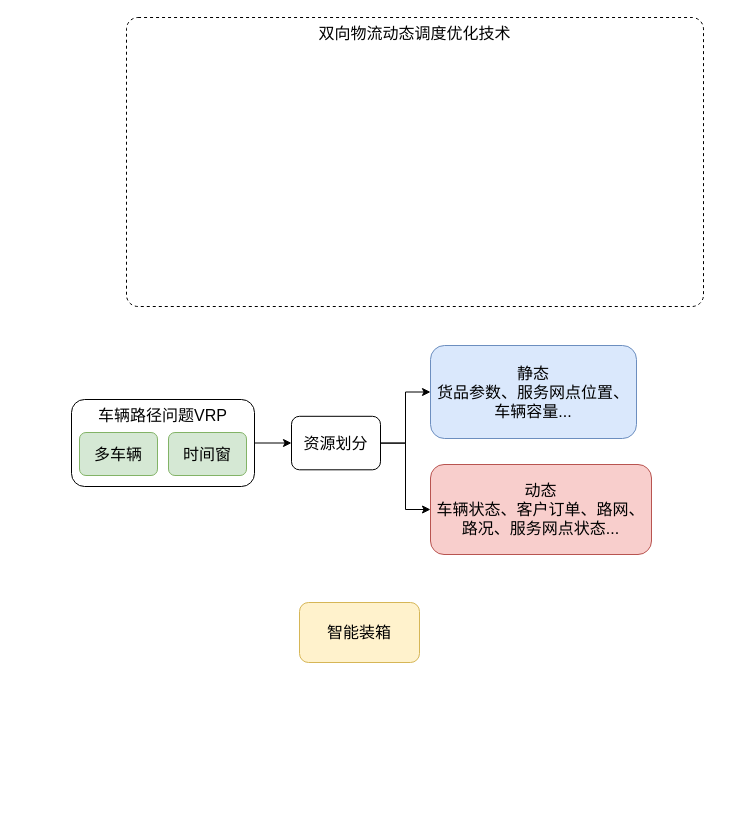
Above: 工作架构.drawio in lilingkang/drawio-files (draw.io), before the change. Source tidied: cells renumbered, new cells numbered last; positions are measured from the earlier drawing's top-left corner, leaving out a move shared by most shapes. Both pictures are drawn from the tidied source at 100%, with x=0, y=0 at pixel (67, 17).
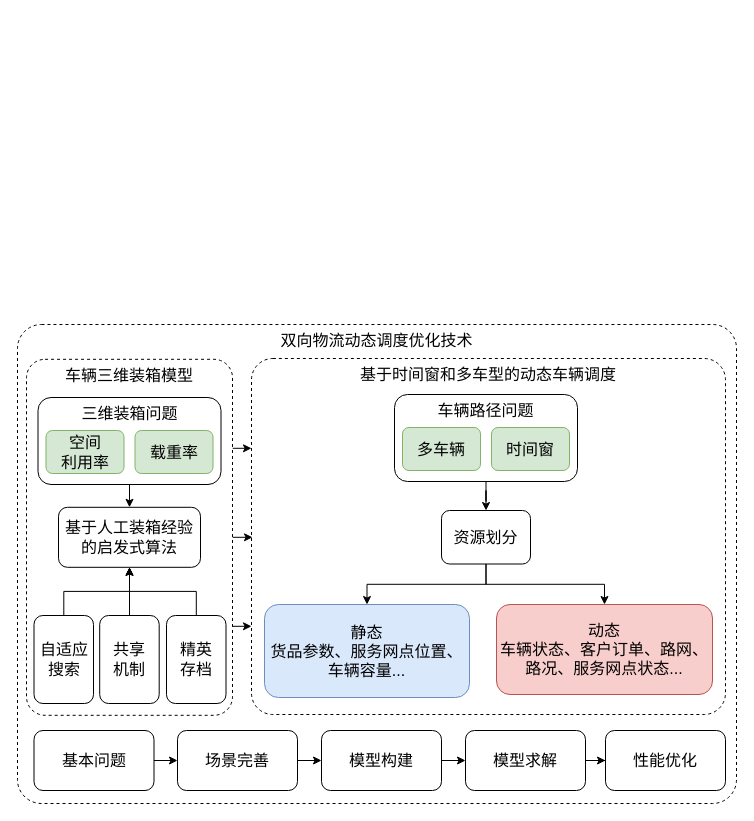
Above is the later version.

Commit message:
更新工作架构.drawio

Change to the diagram source:
```diff
@@
-    <mxCell id="2" value="双向物流动态调度优化技术" style="rounded=1;whiteSpace=wrap;html=1;fontSize=16;verticalAlign=top;arcSize=4;dashed=1;" parent="1" vertex="1">
-      <mxGeometry x="59" width="577" height="289" as="geometry" />
+    <mxCell id="2" value="双向物流动态调度优化技术" style="rounded=1;whiteSpace=wrap;html=1;labelBackgroundColor=none;fontSize=16;dashed=1;arcSize=5;verticalAlign=top;" parent="1" vertex="1">
+      <mxGeometry x="-50" y="307" width="719" height="479" as="geometry" />
     </mxCell>
+    <mxCell id="15" value="&lt;font style=&quot;font-size: 16px;&quot;&gt;基于时间窗和多车型的动态车辆调度&lt;/font&gt;" style="rounded=1;whiteSpace=wrap;html=1;dashed=1;arcSize=6;verticalAlign=top;" parent="1" vertex="1">
+      <mxGeometry x="184" y="341" width="474" height="356" as="geometry" />
+    </mxCell>
+    <mxCell id="16" style="edgeStyle=orthogonalEdgeStyle;rounded=0;jettySize=auto;html=1;fontSize=16;" parent="1" edge="1" source="3" target="15">
+      <mxGeometry relative="1" as="geometry" />
+    </mxCell>
+    <mxCell id="17" style="edgeStyle=orthogonalEdgeStyle;rounded=0;jettySize=auto;html=1;exitX=1;exitY=0.25;exitDx=0;exitDy=0;entryX=0;entryY=0.25;entryDx=0;entryDy=0;fontSize=16;" parent="1" edge="1" source="3" target="15">
+      <mxGeometry relative="1" as="geometry" />
+    </mxCell>
+    <mxCell id="18" style="edgeStyle=orthogonalEdgeStyle;rounded=0;jettySize=auto;html=1;exitX=1;exitY=0.75;exitDx=0;exitDy=0;entryX=0;entryY=0.75;entryDx=0;entryDy=0;fontSize=16;" parent="1" edge="1" source="3" target="15">
+      <mxGeometry relative="1" as="geometry" />
+    </mxCell>
-    <mxCell id="3" value="智能装箱" style="rounded=1;whiteSpace=wrap;html=1;fontSize=16;fillColor=#fff2cc;strokeColor=#d6b656;" parent="1" vertex="1">
-      <mxGeometry x="232" y="585" width="120" height="60" as="geometry" />
+    <mxCell id="3" value="车辆三维装箱模型" style="rounded=1;whiteSpace=wrap;html=1;fontSize=16;verticalAlign=top;dashed=1;arcSize=9;" parent="1" vertex="1">
+      <mxGeometry x="-41" y="341.8" width="206" height="356" as="geometry" />
     </mxCell>
-    <mxCell id="4" style="group;" parent="1" vertex="1">
-      <mxGeometry y="328" width="584" height="209" as="geometry" />
-    </mxCell>
-    <mxCell id="5" style="group;" parent="4" vertex="1">
-      <mxGeometry y="54" width="187" height="87" as="geometry" />
+    <mxCell id="5" style="group;" parent="1" vertex="1">
+      <mxGeometry x="323" y="377" width="187" height="87" as="geometry" />
     </mxCell>
-    <mxCell id="6" value="&lt;font style=&quot;font-size: 16px;&quot;&gt;车辆路径问题VRP&lt;/font&gt;" style="rounded=1;whiteSpace=wrap;html=1;verticalAlign=top;" parent="5" vertex="1">
+    <mxCell id="6" value="&lt;font style=&quot;font-size: 16px;&quot;&gt;车辆路径问题&lt;/font&gt;" style="rounded=1;whiteSpace=wrap;html=1;verticalAlign=top;" parent="5" vertex="1">
       <mxGeometry x="4" width="183" height="87" as="geometry" />
     </mxCell>
@@
-    <mxCell id="9" style="edgeStyle=orthogonalEdgeStyle;rounded=0;jettySize=auto;html=1;exitX=1;exitY=0.5;exitDx=0;exitDy=0;entryX=0;entryY=0.5;entryDx=0;entryDy=0;" parent="4" edge="1" source="6" target="10">
-      <mxGeometry relative="1" as="geometry" />
-    </mxCell>
+    <mxCell id="12" style="edgeStyle=orthogonalEdgeStyle;rounded=0;jettySize=auto;html=1;entryX=0.5;entryY=0;entryDx=0;entryDy=0;" parent="1" edge="1" source="10" target="11">
+      <mxGeometry relative="1" as="geometry" />
+    </mxCell>
+    <mxCell id="14" style="edgeStyle=orthogonalEdgeStyle;rounded=0;jettySize=auto;html=1;" parent="1" edge="1" source="10" target="13">
+      <mxGeometry relative="1" as="geometry" />
+    </mxCell>
-    <mxCell id="10" value="&lt;font style=&quot;font-size: 16px;&quot;&gt;资源划分&lt;/font&gt;" style="rounded=1;whiteSpace=wrap;html=1;verticalAlign=middle;" parent="4" vertex="1">
-      <mxGeometry x="224" y="70.8" width="89" height="53.5" as="geometry" />
+    <mxCell id="10" value="&lt;font style=&quot;font-size: 16px;&quot;&gt;资源划分&lt;/font&gt;" style="rounded=1;whiteSpace=wrap;html=1;verticalAlign=middle;" parent="1" vertex="1">
+      <mxGeometry x="374" y="493" width="89" height="53.5" as="geometry" />
     </mxCell>
-    <mxCell id="11" value="&lt;font style=&quot;font-size: 16px;&quot;&gt;静态&lt;br&gt;&lt;div class=&quot;lake-content&quot;&gt;&lt;span class=&quot;ne-text&quot;&gt;货品参数、服务网点位置、车辆容量...&lt;/span&gt;&lt;/div&gt;&lt;/font&gt;" style="rounded=1;whiteSpace=wrap;html=1;fillColor=#dae8fc;strokeColor=#6c8ebf;" parent="4" vertex="1">
-      <mxGeometry x="363" width="206" height="93" as="geometry" />
+    <mxCell id="11" value="&lt;font style=&quot;font-size: 16px;&quot;&gt;静态&lt;br&gt;&lt;div class=&quot;lake-content&quot;&gt;&lt;span class=&quot;ne-text&quot;&gt;货品参数、服务网点位置、车辆容量...&lt;/span&gt;&lt;/div&gt;&lt;/font&gt;" style="rounded=1;whiteSpace=wrap;html=1;fillColor=#dae8fc;strokeColor=#6c8ebf;" parent="1" vertex="1">
+      <mxGeometry x="197" y="587" width="205" height="93" as="geometry" />
     </mxCell>
-    <mxCell id="12" style="edgeStyle=orthogonalEdgeStyle;rounded=0;jettySize=auto;html=1;entryX=0;entryY=0.5;entryDx=0;entryDy=0;" parent="4" edge="1" source="10" target="11">
-      <mxGeometry relative="1" as="geometry" />
-    </mxCell>
-    <mxCell id="13" value="&lt;font style=&quot;font-size: 16px;&quot;&gt;动态&lt;br&gt;&lt;div class=&quot;lake-content&quot;&gt;&lt;span class=&quot;ne-text&quot;&gt;车辆状态、客户订单、路网、路况、服务网点状态...&lt;/span&gt;&lt;/div&gt;&lt;/font&gt;" style="rounded=1;whiteSpace=wrap;html=1;fillColor=#f8cecc;strokeColor=#b85450;" parent="4" vertex="1">
-      <mxGeometry x="363" y="119" width="221" height="90" as="geometry" />
+    <mxCell id="13" value="&lt;font style=&quot;font-size: 16px;&quot;&gt;动态&lt;br&gt;&lt;div class=&quot;lake-content&quot;&gt;&lt;span class=&quot;ne-text&quot;&gt;车辆状态、客户订单、路网、路况、服务网点状态...&lt;/span&gt;&lt;/div&gt;&lt;/font&gt;" style="rounded=1;whiteSpace=wrap;html=1;fillColor=#f8cecc;strokeColor=#b85450;" parent="1" vertex="1">
+      <mxGeometry x="429" y="587" width="216" height="90" as="geometry" />
     </mxCell>
-    <mxCell id="14" style="edgeStyle=orthogonalEdgeStyle;rounded=0;jettySize=auto;html=1;entryX=0;entryY=0.5;entryDx=0;entryDy=0;" parent="4" edge="1" source="10" target="13">
-      <mxGeometry relative="1" as="geometry" />
-    </mxCell>
+    <mxCell id="9" style="edgeStyle=orthogonalEdgeStyle;rounded=0;jettySize=auto;html=1;entryX=0.5;entryY=0;entryDx=0;entryDy=0;" parent="1" edge="1" source="6" target="10">
+      <mxGeometry relative="1" as="geometry" />
+    </mxCell>
+    <mxCell id="19" style="group;" parent="1" vertex="1">
+      <mxGeometry x="-33.5" y="380" width="187" height="87" as="geometry" />
+    </mxCell>
+    <mxCell id="20" value="&lt;font style=&quot;font-size: 16px;&quot;&gt;三维装箱问题&lt;/font&gt;" style="rounded=1;whiteSpace=wrap;html=1;verticalAlign=top;" parent="19" vertex="1">
+      <mxGeometry x="4" width="183" height="87" as="geometry" />
+    </mxCell>
+    <mxCell id="21" value="&lt;font style=&quot;font-size: 16px;&quot;&gt;载重率&lt;/font&gt;" style="rounded=1;whiteSpace=wrap;html=1;fillColor=#d5e8d4;strokeColor=#82b366;" parent="19" vertex="1">
+      <mxGeometry x="101" y="33" width="78" height="43" as="geometry" />
+    </mxCell>
+    <mxCell id="22" value="&lt;font style=&quot;font-size: 16px;&quot;&gt;空间&lt;br&gt;利用率&lt;/font&gt;" style="rounded=1;whiteSpace=wrap;html=1;fillColor=#d5e8d4;strokeColor=#82b366;" parent="19" vertex="1">
+      <mxGeometry x="12" y="33" width="78" height="43" as="geometry" />
+    </mxCell>
+    <mxCell id="23" value="基于人工装箱经验的启发式算法" style="rounded=1;whiteSpace=wrap;html=1;labelBackgroundColor=none;fontSize=16;" parent="1" vertex="1">
+      <mxGeometry x="-9" y="489.8" width="142" height="60" as="geometry" />
+    </mxCell>
+    <mxCell id="24" style="edgeStyle=orthogonalEdgeStyle;rounded=0;jettySize=auto;html=1;fontSize=16;" parent="1" edge="1" source="20" target="23">
+      <mxGeometry relative="1" as="geometry" />
+    </mxCell>
+    <mxCell id="25" style="edgeStyle=orthogonalEdgeStyle;rounded=0;jettySize=auto;html=1;entryX=0.5;entryY=1;entryDx=0;entryDy=0;fontSize=16;" parent="1" edge="1" source="26" target="23">
+      <mxGeometry relative="1" as="geometry" />
+    </mxCell>
+    <mxCell id="26" value="&lt;font style=&quot;font-size: 16px;&quot;&gt;自适应搜索&lt;/font&gt;" style="rounded=1;whiteSpace=wrap;html=1;verticalAlign=middle;" parent="1" vertex="1">
+      <mxGeometry x="-33.5" y="598" width="59.5" height="88" as="geometry" />
+    </mxCell>
+    <mxCell id="27" style="edgeStyle=orthogonalEdgeStyle;rounded=0;jettySize=auto;html=1;fontSize=16;" parent="1" edge="1" source="28" target="23">
+      <mxGeometry relative="1" as="geometry" />
+    </mxCell>
+    <mxCell id="28" value="&lt;font style=&quot;font-size: 16px;&quot;&gt;共享&lt;br&gt;机制&lt;/font&gt;" style="rounded=1;whiteSpace=wrap;html=1;verticalAlign=middle;" parent="1" vertex="1">
+      <mxGeometry x="32.2" y="598" width="59.5" height="88" as="geometry" />
+    </mxCell>
+    <mxCell id="29" style="edgeStyle=orthogonalEdgeStyle;rounded=0;jettySize=auto;html=1;entryX=0.5;entryY=1;entryDx=0;entryDy=0;fontSize=16;" parent="1" edge="1" source="30" target="23">
+      <mxGeometry relative="1" as="geometry" />
+    </mxCell>
+    <mxCell id="30" value="&lt;span style=&quot;font-size: 16px;&quot;&gt;精英&lt;br&gt;存档&lt;br&gt;&lt;/span&gt;" style="rounded=1;whiteSpace=wrap;html=1;verticalAlign=middle;" parent="1" vertex="1">
+      <mxGeometry x="99" y="598" width="59.5" height="88" as="geometry" />
+    </mxCell>
+    <mxCell id="31" style="edgeStyle=orthogonalEdgeStyle;rounded=0;jettySize=auto;html=1;exitX=1;exitY=0.5;exitDx=0;exitDy=0;fontSize=16;" parent="1" edge="1" source="32" target="34">
+      <mxGeometry relative="1" as="geometry" />
+    </mxCell>
+    <mxCell id="32" value="基本问题" style="rounded=1;whiteSpace=wrap;html=1;labelBackgroundColor=none;fontSize=16;" parent="1" vertex="1">
+      <mxGeometry x="-33.5" y="713" width="120" height="60" as="geometry" />
+    </mxCell>
+    <mxCell id="33" style="edgeStyle=orthogonalEdgeStyle;rounded=0;jettySize=auto;html=1;fontSize=16;" parent="1" edge="1" source="34" target="36">
+      <mxGeometry relative="1" as="geometry" />
+    </mxCell>
+    <mxCell id="34" value="场景完善" style="rounded=1;whiteSpace=wrap;html=1;labelBackgroundColor=none;fontSize=16;" parent="1" vertex="1">
+      <mxGeometry x="110" y="713" width="120" height="60" as="geometry" />
+    </mxCell>
+    <mxCell id="35" style="edgeStyle=orthogonalEdgeStyle;rounded=0;jettySize=auto;html=1;fontSize=16;" parent="1" edge="1" source="36" target="38">
+      <mxGeometry relative="1" as="geometry" />
+    </mxCell>
+    <mxCell id="36" value="模型构建" style="rounded=1;whiteSpace=wrap;html=1;labelBackgroundColor=none;fontSize=16;" parent="1" vertex="1">
+      <mxGeometry x="254" y="713" width="120" height="60" as="geometry" />
+    </mxCell>
+    <mxCell id="37" style="edgeStyle=orthogonalEdgeStyle;rounded=0;jettySize=auto;html=1;fontSize=16;" parent="1" edge="1" source="38" target="39">
+      <mxGeometry relative="1" as="geometry" />
+    </mxCell>
+    <mxCell id="38" value="模型求解" style="rounded=1;whiteSpace=wrap;html=1;labelBackgroundColor=none;fontSize=16;" parent="1" vertex="1">
+      <mxGeometry x="398" y="713" width="120" height="60" as="geometry" />
+    </mxCell>
+    <mxCell id="39" value="性能优化" style="rounded=1;whiteSpace=wrap;html=1;labelBackgroundColor=none;fontSize=16;" parent="1" vertex="1">
+      <mxGeometry x="538" y="713" width="120" height="60" as="geometry" />
+    </mxCell>
```
